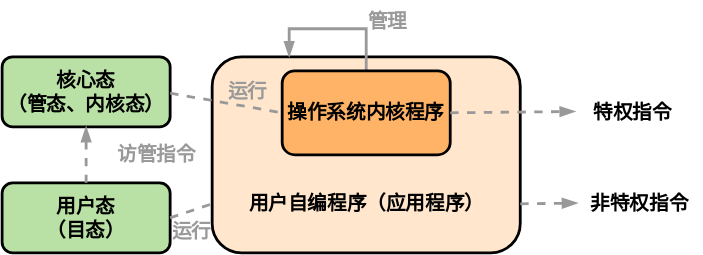
Earlier version of the draw.io export pictures/操作系统-处理器运行模式.drawio.svg (creatern/NoteBook). Source tidied: cells renumbered, new cells last; positions are measured from the earlier drawing's top-left corner, leaving out a move shared by most shapes. Its diagram source:
```xml
<mxGraphModel>
  <root>
    <mxCell id="0" />
    <mxCell id="1" parent="0" />
    <mxCell id="2" style="rounded=1;whiteSpace=wrap;html=1;strokeWidth=2;fontStyle=1;fontSize=14;fillColor=#FFE6CC;" parent="1" vertex="1">
      <mxGeometry x="150" y="40" width="220" height="140" as="geometry" />
    </mxCell>
    <mxCell id="3" value="用户自编程序（应用程序）" style="text;html=1;align=center;verticalAlign=middle;strokeColor=none;fillColor=none;fontStyle=1;fontSize=14;" parent="1" vertex="1">
      <mxGeometry x="165" y="130" width="190" height="30" as="geometry" />
    </mxCell>
    <mxCell id="4" style="edgeStyle=orthogonalEdgeStyle;rounded=0;jettySize=auto;html=1;exitX=0.5;exitY=0;exitDx=0;exitDy=0;entryX=0.25;entryY=0;entryDx=0;entryDy=0;strokeWidth=2;endArrow=blockThin;endFill=1;strokeColor=#999999;" parent="1" edge="1" source="5" target="2">
      <mxGeometry relative="1" as="geometry">
        <Array as="points">
          <mxPoint x="260" y="20" />
          <mxPoint x="205" y="20" />
        </Array>
      </mxGeometry>
    </mxCell>
    <mxCell id="5" value="操作系统内核程序" style="rounded=1;whiteSpace=wrap;html=1;strokeWidth=2;fontStyle=1;fontSize=14;fillColor=#FFB366;" parent="1" vertex="1">
      <mxGeometry x="200" y="50" width="120" height="60" as="geometry" />
    </mxCell>
    <mxCell id="6" value="管理" style="text;html=1;align=center;verticalAlign=middle;strokeColor=none;fillColor=none;fontStyle=1;fontSize=14;fontColor=#999999;" parent="1" vertex="1">
      <mxGeometry x="250" width="50" height="30" as="geometry" />
    </mxCell>
    <mxCell id="7" value="特权指令" style="text;html=1;align=center;verticalAlign=middle;points=[];strokeColor=none;fillColor=none;fontStyle=1;fontSize=14;" parent="1" vertex="1">
      <mxGeometry x="410" y="65" width="80" height="30" as="geometry" />
    </mxCell>
    <mxCell id="8" value="非特权指令" style="text;html=1;align=center;verticalAlign=middle;points=[];strokeColor=none;fillColor=none;fontStyle=1;fontSize=14;" parent="1" vertex="1">
      <mxGeometry x="410" y="130" width="90" height="30" as="geometry" />
    </mxCell>
    <mxCell id="9" style="endArrow=blockThin;html=1;rounded=0;strokeWidth=2;endFill=1;dashed=1;strokeColor=#999999;exitX=1;exitY=0.75;exitDx=0;exitDy=0;entryX=0.009;entryY=0.483;entryDx=0;entryDy=0;entryPerimeter=0;" parent="1" edge="1" source="2" target="8">
      <mxGeometry relative="1" as="geometry" />
    </mxCell>
    <mxCell id="10" style="endArrow=blockThin;html=1;rounded=0;strokeWidth=2;endFill=1;dashed=1;strokeColor=#999999;exitX=1;exitY=0.5;exitDx=0;exitDy=0;entryX=-0.01;entryY=0.469;entryDx=0;entryDy=0;entryPerimeter=0;" parent="1" edge="1" source="5" target="7">
      <mxGeometry relative="1" as="geometry" />
    </mxCell>
    <mxCell id="11" value="用户态&lt;br&gt;（目态）" style="rounded=1;whiteSpace=wrap;html=1;strokeWidth=2;fontStyle=1;fontSize=14;fillColor=#B9E0A5;" parent="1" vertex="1">
      <mxGeometry y="130" width="120" height="50" as="geometry" />
    </mxCell>
    <mxCell id="12" value="核心态&lt;br&gt;（管态、内核态）" style="rounded=1;whiteSpace=wrap;html=1;strokeWidth=2;fontStyle=1;fontSize=14;fillColor=#B9E0A5;" parent="1" vertex="1">
      <mxGeometry y="40" width="120" height="50" as="geometry" />
    </mxCell>
    <mxCell id="13" style="endArrow=none;html=1;rounded=0;strokeWidth=2;endFill=0;dashed=1;strokeColor=#999999;exitX=0.5;exitY=1;exitDx=0;exitDy=0;entryX=0.5;entryY=0;entryDx=0;entryDy=0;startArrow=blockThin;startFill=1;" parent="1" edge="1" source="12" target="11">
      <mxGeometry relative="1" as="geometry" />
    </mxCell>
    <mxCell id="14" value="访管指令" style="text;html=1;align=center;verticalAlign=middle;strokeColor=none;fillColor=none;fontStyle=1;fontSize=14;fontColor=#999999;" parent="1" vertex="1">
      <mxGeometry x="70" y="95" width="80" height="30" as="geometry" />
    </mxCell>
    <mxCell id="15" style="endArrow=none;html=1;rounded=0;strokeWidth=2;endFill=0;dashed=1;strokeColor=#999999;exitX=1;exitY=0.5;exitDx=0;exitDy=0;entryX=0;entryY=0.5;entryDx=0;entryDy=0;" parent="1" edge="1" target="5">
      <mxGeometry relative="1" as="geometry">
        <mxPoint x="120" y="66" as="sourcePoint" />
      </mxGeometry>
    </mxCell>
    <mxCell id="16" value="运行" style="text;html=1;align=center;verticalAlign=middle;points=[];strokeColor=none;fillColor=none;fontStyle=1;fontSize=14;fontColor=#999999;" parent="1" vertex="1">
      <mxGeometry x="150" y="50" width="50" height="30" as="geometry" />
    </mxCell>
    <mxCell id="17" value="运行" style="text;html=1;align=center;verticalAlign=middle;strokeColor=none;fillColor=none;fontStyle=1;fontSize=14;fontColor=#999999;" parent="1" vertex="1">
      <mxGeometry x="110" y="150" width="50" height="30" as="geometry" />
    </mxCell>
    <mxCell id="18" style="endArrow=none;html=1;rounded=0;strokeWidth=2;endFill=0;dashed=1;strokeColor=#999999;exitX=1;exitY=0.5;exitDx=0;exitDy=0;entryX=0;entryY=0.75;entryDx=0;entryDy=0;" parent="1" edge="1" source="11" target="2">
      <mxGeometry relative="1" as="geometry" />
    </mxCell>
  </root>
</mxGraphModel>
```
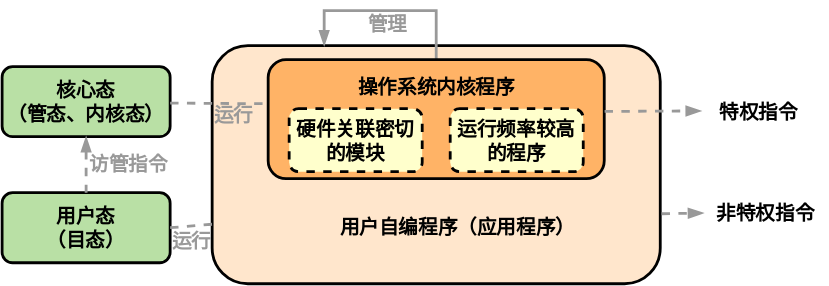
Above is the later version.

What changed in the source:
```diff
@@ -3,35 +3,35 @@
     <mxCell id="0" />
     <mxCell id="1" parent="0" />
     <mxCell id="2" style="rounded=1;whiteSpace=wrap;html=1;strokeWidth=2;fontStyle=1;fontSize=14;fillColor=#FFE6CC;" parent="1" vertex="1">
-      <mxGeometry x="150" y="40" width="220" height="140" as="geometry" />
+      <mxGeometry x="150" y="25" width="320" height="170" as="geometry" />
     </mxCell>
     <mxCell id="3" value="用户自编程序（应用程序）" style="text;html=1;align=center;verticalAlign=middle;strokeColor=none;fillColor=none;fontStyle=1;fontSize=14;" parent="1" vertex="1">
-      <mxGeometry x="165" y="130" width="190" height="30" as="geometry" />
+      <mxGeometry x="230" y="140" width="190" height="30" as="geometry" />
     </mxCell>
     <mxCell id="4" style="edgeStyle=orthogonalEdgeStyle;rounded=0;jettySize=auto;html=1;exitX=0.5;exitY=0;exitDx=0;exitDy=0;entryX=0.25;entryY=0;entryDx=0;entryDy=0;strokeWidth=2;endArrow=blockThin;endFill=1;strokeColor=#999999;" parent="1" edge="1" source="5" target="2">
       <mxGeometry relative="1" as="geometry">
         <Array as="points">
-          <mxPoint x="260" y="20" />
-          <mxPoint x="205" y="20" />
+          <mxPoint x="310" />
+          <mxPoint x="230" />
         </Array>
       </mxGeometry>
     </mxCell>
-    <mxCell id="5" value="操作系统内核程序" style="rounded=1;whiteSpace=wrap;html=1;strokeWidth=2;fontStyle=1;fontSize=14;fillColor=#FFB366;" parent="1" vertex="1">
-      <mxGeometry x="200" y="50" width="120" height="60" as="geometry" />
+    <mxCell id="5" style="rounded=1;whiteSpace=wrap;html=1;strokeWidth=2;fontStyle=1;fontSize=14;fillColor=#FFB366;" parent="1" vertex="1">
+      <mxGeometry x="190" y="35" width="240" height="85" as="geometry" />
     </mxCell>
     <mxCell id="6" value="管理" style="text;html=1;align=center;verticalAlign=middle;strokeColor=none;fillColor=none;fontStyle=1;fontSize=14;fontColor=#999999;" parent="1" vertex="1">
-      <mxGeometry x="250" width="50" height="30" as="geometry" />
+      <mxGeometry x="250" y="-5" width="50" height="30" as="geometry" />
     </mxCell>
     <mxCell id="7" value="特权指令" style="text;html=1;align=center;verticalAlign=middle;points=[];strokeColor=none;fillColor=none;fontStyle=1;fontSize=14;" parent="1" vertex="1">
-      <mxGeometry x="410" y="65" width="80" height="30" as="geometry" />
+      <mxGeometry x="500" y="57.5" width="80" height="30" as="geometry" />
     </mxCell>
     <mxCell id="8" value="非特权指令" style="text;html=1;align=center;verticalAlign=middle;points=[];strokeColor=none;fillColor=none;fontStyle=1;fontSize=14;" parent="1" vertex="1">
-      <mxGeometry x="410" y="130" width="90" height="30" as="geometry" />
+      <mxGeometry x="500" y="130" width="90" height="30" as="geometry" />
     </mxCell>
-    <mxCell id="9" style="endArrow=blockThin;html=1;rounded=0;strokeWidth=2;endFill=1;dashed=1;strokeColor=#999999;exitX=1;exitY=0.75;exitDx=0;exitDy=0;entryX=0.009;entryY=0.483;entryDx=0;entryDy=0;entryPerimeter=0;" parent="1" edge="1" source="2" target="8">
+    <mxCell id="9" style="endArrow=blockThin;html=1;rounded=0;strokeWidth=2;endFill=1;dashed=1;strokeColor=#999999;exitX=1.003;exitY=0.706;exitDx=0;exitDy=0;entryX=0.009;entryY=0.483;entryDx=0;entryDy=0;entryPerimeter=0;exitPerimeter=0;" parent="1" edge="1" source="2" target="8">
       <mxGeometry relative="1" as="geometry" />
     </mxCell>
-    <mxCell id="10" style="endArrow=blockThin;html=1;rounded=0;strokeWidth=2;endFill=1;dashed=1;strokeColor=#999999;exitX=1;exitY=0.5;exitDx=0;exitDy=0;entryX=-0.01;entryY=0.469;entryDx=0;entryDy=0;entryPerimeter=0;" parent="1" edge="1" source="5" target="7">
+    <mxCell id="10" style="endArrow=blockThin;html=1;rounded=0;strokeWidth=2;endFill=1;dashed=1;strokeColor=#999999;exitX=1.001;exitY=0.435;exitDx=0;exitDy=0;entryX=-0.01;entryY=0.469;entryDx=0;entryDy=0;entryPerimeter=0;exitPerimeter=0;" parent="1" edge="1" source="5" target="7">
       <mxGeometry relative="1" as="geometry" />
     </mxCell>
     <mxCell id="11" value="用户态&lt;br&gt;（目态）" style="rounded=1;whiteSpace=wrap;html=1;strokeWidth=2;fontStyle=1;fontSize=14;fillColor=#B9E0A5;" parent="1" vertex="1">
@@ -44,15 +44,15 @@
       <mxGeometry relative="1" as="geometry" />
     </mxCell>
     <mxCell id="14" value="访管指令" style="text;html=1;align=center;verticalAlign=middle;strokeColor=none;fillColor=none;fontStyle=1;fontSize=14;fontColor=#999999;" parent="1" vertex="1">
-      <mxGeometry x="70" y="95" width="80" height="30" as="geometry" />
+      <mxGeometry x="50" y="95" width="80" height="30" as="geometry" />
     </mxCell>
-    <mxCell id="15" style="endArrow=none;html=1;rounded=0;strokeWidth=2;endFill=0;dashed=1;strokeColor=#999999;exitX=1;exitY=0.5;exitDx=0;exitDy=0;entryX=0;entryY=0.5;entryDx=0;entryDy=0;" parent="1" edge="1" target="5">
+    <mxCell id="15" style="endArrow=none;html=1;rounded=0;strokeWidth=2;endFill=0;dashed=1;strokeColor=#999999;exitX=1;exitY=0.5;exitDx=0;exitDy=0;entryX=0.964;entryY=0.215;entryDx=0;entryDy=0;entryPerimeter=0;" parent="1" edge="1" target="16">
       <mxGeometry relative="1" as="geometry">
         <mxPoint x="120" y="66" as="sourcePoint" />
       </mxGeometry>
     </mxCell>
     <mxCell id="16" value="运行" style="text;html=1;align=center;verticalAlign=middle;points=[];strokeColor=none;fillColor=none;fontStyle=1;fontSize=14;fontColor=#999999;" parent="1" vertex="1">
-      <mxGeometry x="150" y="50" width="50" height="30" as="geometry" />
+      <mxGeometry x="140" y="60" width="50" height="30" as="geometry" />
     </mxCell>
     <mxCell id="17" value="运行" style="text;html=1;align=center;verticalAlign=middle;strokeColor=none;fillColor=none;fontStyle=1;fontSize=14;fontColor=#999999;" parent="1" vertex="1">
       <mxGeometry x="110" y="150" width="50" height="30" as="geometry" />
@@ -60,5 +60,14 @@
     <mxCell id="18" style="endArrow=none;html=1;rounded=0;strokeWidth=2;endFill=0;dashed=1;strokeColor=#999999;exitX=1;exitY=0.5;exitDx=0;exitDy=0;entryX=0;entryY=0.75;entryDx=0;entryDy=0;" parent="1" edge="1" source="11" target="2">
       <mxGeometry relative="1" as="geometry" />
     </mxCell>
+    <mxCell id="19" value="操作系统内核程序" style="text;html=1;align=center;verticalAlign=middle;strokeColor=none;fillColor=none;fontSize=14;fontStyle=1;" parent="1" vertex="1">
+      <mxGeometry x="240" y="40" width="140" height="30" as="geometry" />
+    </mxCell>
+    <mxCell id="20" value="硬件关联密切的模块" style="rounded=1;whiteSpace=wrap;html=1;strokeWidth=2;fontStyle=1;fontSize=14;fillColor=#FFFFCC;dashed=1;" parent="1" vertex="1">
+      <mxGeometry x="205" y="70" width="95" height="45" as="geometry" />
+    </mxCell>
+    <mxCell id="21" value="运行频率较高的程序" style="rounded=1;whiteSpace=wrap;html=1;strokeWidth=2;fontStyle=1;fontSize=14;fillColor=#FFFFCC;dashed=1;" parent="1" vertex="1">
+      <mxGeometry x="320" y="70" width="95" height="45" as="geometry" />
+    </mxCell>
   </root>
 </mxGraphModel>
```
